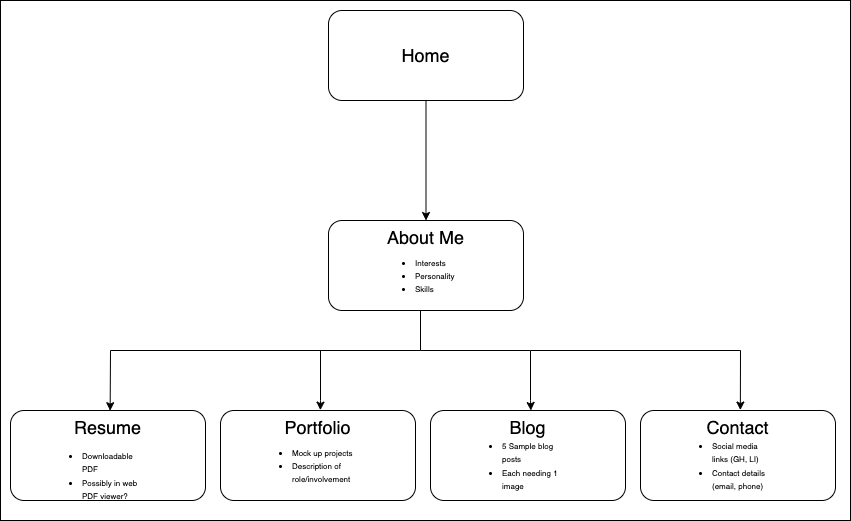
CodyCodes95/--archive-portfolio keeps this draw.io diagram as sitemap.png. Above is the earlier version. Source tidied: cells renumbered, new cells last; positions are measured from the earlier drawing's top-left corner, leaving out a move shared by most shapes. The source it was exported from:
```xml
<mxGraphModel>
  <root>
    <mxCell id="0" />
    <mxCell id="1" parent="0" />
    <mxCell id="2" style="rounded=0;whiteSpace=wrap;html=1;fontSize=9;" parent="1" vertex="1">
      <mxGeometry width="850" height="520" as="geometry" />
    </mxCell>
    <mxCell id="3" style="edgeStyle=orthogonalEdgeStyle;rounded=0;jettySize=auto;html=1;exitX=0.5;exitY=1;exitDx=0;exitDy=0;fontSize=18;entryX=0.5;entryY=0;entryDx=0;entryDy=0;" parent="1" edge="1" source="4" target="6">
      <mxGeometry relative="1" as="geometry" />
    </mxCell>
    <mxCell id="4" value="&lt;span style=&quot;font-size: 18px&quot;&gt;Home&lt;/span&gt;" style="rounded=1;whiteSpace=wrap;html=1;" parent="1" vertex="1">
      <mxGeometry x="328" y="10" width="195" height="90" as="geometry" />
    </mxCell>
    <mxCell id="5" style="edgeStyle=orthogonalEdgeStyle;rounded=0;jettySize=auto;html=1;exitX=0.5;exitY=1;exitDx=0;exitDy=0;fontSize=9;entryX=0.512;entryY=-0.004;entryDx=0;entryDy=0;entryPerimeter=0;" parent="1" edge="1" source="6" target="7">
      <mxGeometry relative="1" as="geometry">
        <Array as="points">
          <mxPoint x="420" y="310" />
          <mxPoint x="420" y="350" />
          <mxPoint x="320" y="350" />
          <mxPoint x="320" y="400" />
          <mxPoint x="320" y="400" />
        </Array>
      </mxGeometry>
    </mxCell>
    <mxCell id="6" value="&lt;span style=&quot;font-size: 18px&quot;&gt;About Me&lt;/span&gt;" style="rounded=1;whiteSpace=wrap;html=1;verticalAlign=top;" parent="1" vertex="1">
      <mxGeometry x="328" y="220" width="195" height="90" as="geometry" />
    </mxCell>
    <mxCell id="7" value="&lt;span style=&quot;font-size: 18px&quot;&gt;Portfolio&lt;/span&gt;" style="rounded=1;whiteSpace=wrap;html=1;align=center;verticalAlign=top;" parent="1" vertex="1">
      <mxGeometry x="220" y="410" width="195" height="90" as="geometry" />
    </mxCell>
    <mxCell id="8" value="&lt;span style=&quot;font-size: 18px&quot;&gt;Resume&lt;/span&gt;" style="rounded=1;whiteSpace=wrap;html=1;verticalAlign=top;" parent="1" vertex="1">
      <mxGeometry x="10" y="410" width="195" height="90" as="geometry" />
    </mxCell>
    <mxCell id="9" value="&lt;span style=&quot;font-size: 18px&quot;&gt;Blog&lt;/span&gt;" style="rounded=1;whiteSpace=wrap;html=1;verticalAlign=top;" parent="1" vertex="1">
      <mxGeometry x="430" y="410" width="195" height="90" as="geometry" />
    </mxCell>
    <mxCell id="10" value="&lt;span style=&quot;font-size: 18px&quot;&gt;Contact&lt;/span&gt;" style="rounded=1;whiteSpace=wrap;html=1;verticalAlign=top;" parent="1" vertex="1">
      <mxGeometry x="640" y="410" width="195" height="90" as="geometry" />
    </mxCell>
    <mxCell id="11" value="&lt;ul&gt;&lt;li style=&quot;&quot;&gt;&lt;span&gt;&lt;font style=&quot;font-size: 8px&quot;&gt;Interests&lt;/font&gt;&lt;/span&gt;&lt;span&gt;&lt;br&gt;&lt;/span&gt;&lt;/li&gt;&lt;li style=&quot;&quot;&gt;&lt;span&gt;&lt;font style=&quot;font-size: 8px&quot;&gt;Personality&lt;/font&gt;&lt;/span&gt;&lt;span&gt;&lt;br&gt;&lt;/span&gt;&lt;/li&gt;&lt;li style=&quot;&quot;&gt;&lt;span&gt;&lt;font style=&quot;font-size: 8px&quot;&gt;Skills&lt;/font&gt;&lt;/span&gt;&lt;br&gt;&lt;/li&gt;&lt;/ul&gt;" style="text;html=1;strokeColor=none;fillColor=none;align=left;verticalAlign=middle;whiteSpace=wrap;rounded=0;fontSize=11;" parent="1" vertex="1">
      <mxGeometry x="373" y="260" width="105" height="30" as="geometry" />
    </mxCell>
    <mxCell id="12" value="&lt;ul&gt;&lt;li&gt;&lt;span style=&quot;font-size: 8px&quot;&gt;Downloadable PDF&lt;/span&gt;&lt;/li&gt;&lt;li&gt;&lt;span style=&quot;font-size: 8px&quot;&gt;Possibly in web PDF viewer?&lt;/span&gt;&lt;/li&gt;&lt;/ul&gt;" style="text;html=1;strokeColor=none;fillColor=none;align=left;verticalAlign=middle;whiteSpace=wrap;rounded=0;fontSize=11;" parent="1" vertex="1">
      <mxGeometry x="40" y="460" width="105" height="30" as="geometry" />
    </mxCell>
    <mxCell id="13" value="&lt;ul&gt;&lt;li&gt;&lt;span style=&quot;font-size: 8px&quot;&gt;Mock up projects&lt;/span&gt;&lt;/li&gt;&lt;li&gt;&lt;span style=&quot;font-size: 8px&quot;&gt;Description of role/involvement&lt;/span&gt;&lt;/li&gt;&lt;/ul&gt;" style="text;html=1;strokeColor=none;fillColor=none;align=left;verticalAlign=middle;whiteSpace=wrap;rounded=0;fontSize=11;" parent="1" vertex="1">
      <mxGeometry x="250" y="450" width="105" height="30" as="geometry" />
    </mxCell>
    <mxCell id="14" value="&lt;ul&gt;&lt;li&gt;&lt;span style=&quot;font-size: 8px&quot;&gt;5 Sample blog posts&lt;/span&gt;&lt;/li&gt;&lt;li&gt;&lt;span style=&quot;font-size: 8px&quot;&gt;Each needing 1 image&lt;/span&gt;&lt;/li&gt;&lt;/ul&gt;" style="text;html=1;strokeColor=none;fillColor=none;align=left;verticalAlign=middle;whiteSpace=wrap;rounded=0;fontSize=11;" parent="1" vertex="1">
      <mxGeometry x="460" y="450" width="105" height="30" as="geometry" />
    </mxCell>
    <mxCell id="15" value="&lt;ul&gt;&lt;li&gt;&lt;span style=&quot;font-size: 8px&quot;&gt;Social media links (GH, LI)&lt;/span&gt;&lt;/li&gt;&lt;li&gt;&lt;span style=&quot;font-size: 8px&quot;&gt;Contact details (email, phone)&lt;/span&gt;&lt;/li&gt;&lt;/ul&gt;" style="text;html=1;strokeColor=none;fillColor=none;align=left;verticalAlign=middle;whiteSpace=wrap;rounded=0;fontSize=11;" parent="1" vertex="1">
      <mxGeometry x="670" y="450" width="105" height="30" as="geometry" />
    </mxCell>
    <mxCell id="16" style="endArrow=classic;html=1;rounded=0;fontSize=9;entryX=0.511;entryY=0.002;entryDx=0;entryDy=0;entryPerimeter=0;" parent="1" edge="1" target="8">
      <mxGeometry relative="1" as="geometry">
        <mxPoint x="330" y="350" as="sourcePoint" />
        <Array as="points">
          <mxPoint x="110" y="350" />
        </Array>
      </mxGeometry>
    </mxCell>
    <mxCell id="17" style="endArrow=classic;html=1;rounded=0;fontSize=9;entryX=0.515;entryY=0;entryDx=0;entryDy=0;entryPerimeter=0;" parent="1" edge="1" target="9">
      <mxGeometry relative="1" as="geometry">
        <mxPoint x="420" y="350" as="sourcePoint" />
        <Array as="points">
          <mxPoint x="530" y="350" />
          <mxPoint x="530" y="400" />
        </Array>
      </mxGeometry>
    </mxCell>
    <mxCell id="18" style="endArrow=classic;html=1;rounded=0;fontSize=9;entryX=0.512;entryY=-0.005;entryDx=0;entryDy=0;entryPerimeter=0;" parent="1" edge="1" target="10">
      <mxGeometry relative="1" as="geometry">
        <mxPoint x="530" y="350" as="sourcePoint" />
        <Array as="points">
          <mxPoint x="740" y="350" />
        </Array>
      </mxGeometry>
    </mxCell>
  </root>
</mxGraphModel>
```
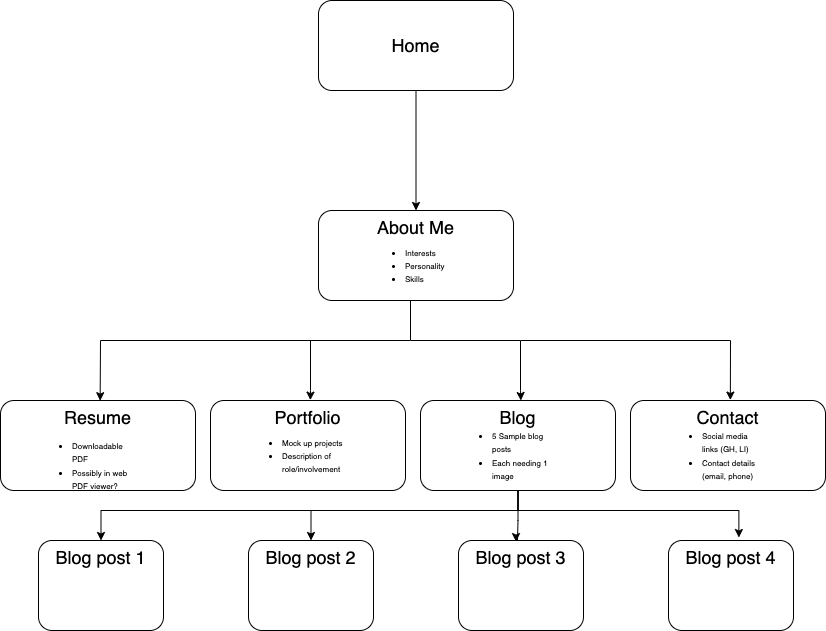
After the change.

The edit, as a diff of the source:
```diff
@@ -2,9 +2,6 @@
   <root>
     <mxCell id="0" />
     <mxCell id="1" parent="0" />
-    <mxCell id="2" style="rounded=0;whiteSpace=wrap;html=1;fontSize=9;" parent="1" vertex="1">
-      <mxGeometry width="850" height="520" as="geometry" />
-    </mxCell>
     <mxCell id="3" style="edgeStyle=orthogonalEdgeStyle;rounded=0;jettySize=auto;html=1;exitX=0.5;exitY=1;exitDx=0;exitDy=0;fontSize=18;entryX=0.5;entryY=0;entryDx=0;entryDy=0;" parent="1" edge="1" source="4" target="6">
       <mxGeometry relative="1" as="geometry" />
     </mxCell>
@@ -31,6 +28,30 @@
     <mxCell id="8" value="&lt;span style=&quot;font-size: 18px&quot;&gt;Resume&lt;/span&gt;" style="rounded=1;whiteSpace=wrap;html=1;verticalAlign=top;" parent="1" vertex="1">
       <mxGeometry x="10" y="410" width="195" height="90" as="geometry" />
     </mxCell>
+    <mxCell id="19" style="edgeStyle=orthogonalEdgeStyle;rounded=0;jettySize=auto;html=1;entryX=0.5;entryY=0;entryDx=0;entryDy=0;" parent="1" edge="1" source="9" target="22">
+      <mxGeometry relative="1" as="geometry">
+        <Array as="points">
+          <mxPoint x="528" y="520" />
+          <mxPoint x="111" y="520" />
+        </Array>
+      </mxGeometry>
+    </mxCell>
+    <mxCell id="20" style="edgeStyle=orthogonalEdgeStyle;rounded=0;jettySize=auto;html=1;entryX=0.563;entryY=-0.033;entryDx=0;entryDy=0;entryPerimeter=0;" parent="1" edge="1" source="9" target="25">
+      <mxGeometry relative="1" as="geometry">
+        <Array as="points">
+          <mxPoint x="527" y="520" />
+          <mxPoint x="748" y="520" />
+        </Array>
+      </mxGeometry>
+    </mxCell>
+    <mxCell id="21" style="edgeStyle=orthogonalEdgeStyle;rounded=0;jettySize=auto;html=1;entryX=0.5;entryY=0;entryDx=0;entryDy=0;" parent="1" edge="1" source="9" target="23">
+      <mxGeometry relative="1" as="geometry">
+        <Array as="points">
+          <mxPoint x="528" y="520" />
+          <mxPoint x="321" y="520" />
+        </Array>
+      </mxGeometry>
+    </mxCell>
     <mxCell id="9" value="&lt;span style=&quot;font-size: 18px&quot;&gt;Blog&lt;/span&gt;" style="rounded=1;whiteSpace=wrap;html=1;verticalAlign=top;" parent="1" vertex="1">
       <mxGeometry x="430" y="410" width="195" height="90" as="geometry" />
     </mxCell>
@@ -77,5 +98,27 @@
         </Array>
       </mxGeometry>
     </mxCell>
+    <mxCell id="22" value="&lt;span style=&quot;font-size: 18px&quot;&gt;Blog post 1&lt;/span&gt;" style="rounded=1;whiteSpace=wrap;html=1;verticalAlign=top;" parent="1" vertex="1">
+      <mxGeometry x="48" y="550" width="125" height="90" as="geometry" />
+    </mxCell>
+    <mxCell id="23" value="&lt;span style=&quot;font-size: 18px&quot;&gt;Blog post 2&lt;/span&gt;" style="rounded=1;whiteSpace=wrap;html=1;verticalAlign=top;" parent="1" vertex="1">
+      <mxGeometry x="258" y="550" width="125" height="90" as="geometry" />
+    </mxCell>
+    <mxCell id="24" value="&lt;span style=&quot;font-size: 18px&quot;&gt;Blog post 3&lt;/span&gt;" style="rounded=1;whiteSpace=wrap;html=1;verticalAlign=top;" parent="1" vertex="1">
+      <mxGeometry x="468" y="550" width="125" height="90" as="geometry" />
+    </mxCell>
+    <mxCell id="25" value="&lt;span style=&quot;font-size: 18px&quot;&gt;Blog post 4&lt;/span&gt;" style="rounded=1;whiteSpace=wrap;html=1;verticalAlign=top;" parent="1" vertex="1">
+      <mxGeometry x="678" y="550" width="125" height="90" as="geometry" />
+    </mxCell>
+    <mxCell id="26" style="edgeStyle=orthogonalEdgeStyle;rounded=0;jettySize=auto;html=1;entryX=0.46;entryY=0.012;entryDx=0;entryDy=0;entryPerimeter=0;" parent="1" edge="1" source="9" target="24">
+      <mxGeometry relative="1" as="geometry">
+        <Array as="points">
+          <mxPoint x="528" y="530" />
+          <mxPoint x="527" y="530" />
+          <mxPoint x="527" y="550" />
+          <mxPoint x="526" y="550" />
+        </Array>
+      </mxGeometry>
+    </mxCell>
   </root>
 </mxGraphModel>
```
